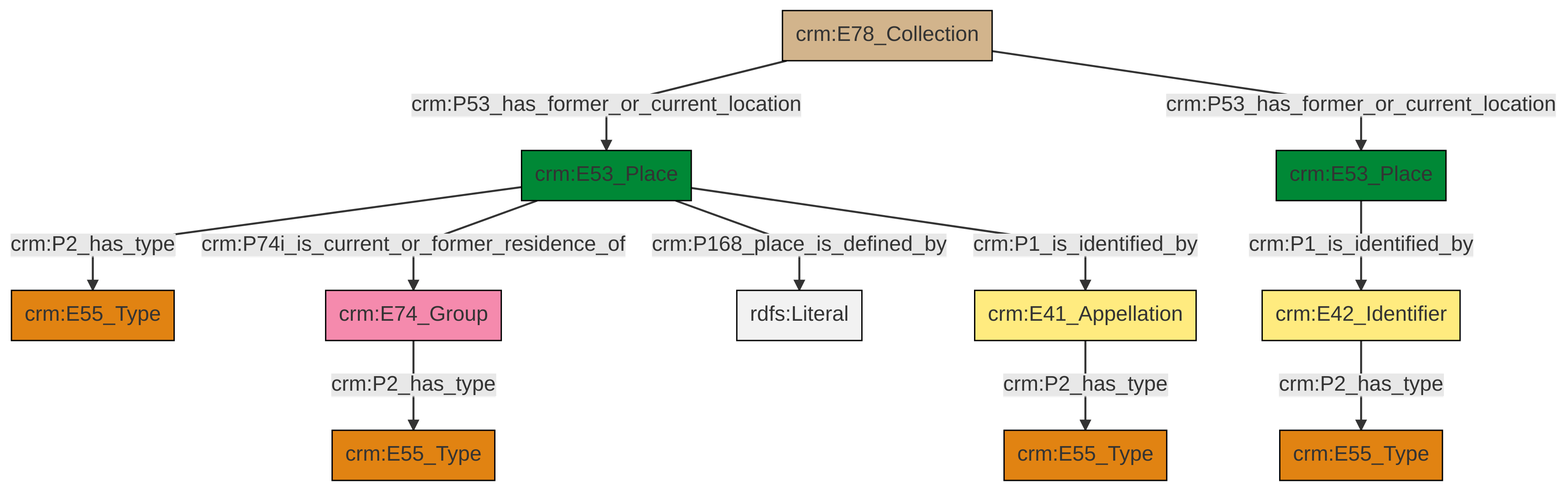
The Mermaid diagram et/archivalCSV/ttl/mmd/png/archival_location.png in swiss-art-research-net/docs.swissartresearch, before a commit. Its source is kept beside it as et/archivalCSV/ttl/mmd/archival_location.ttl.mmd.
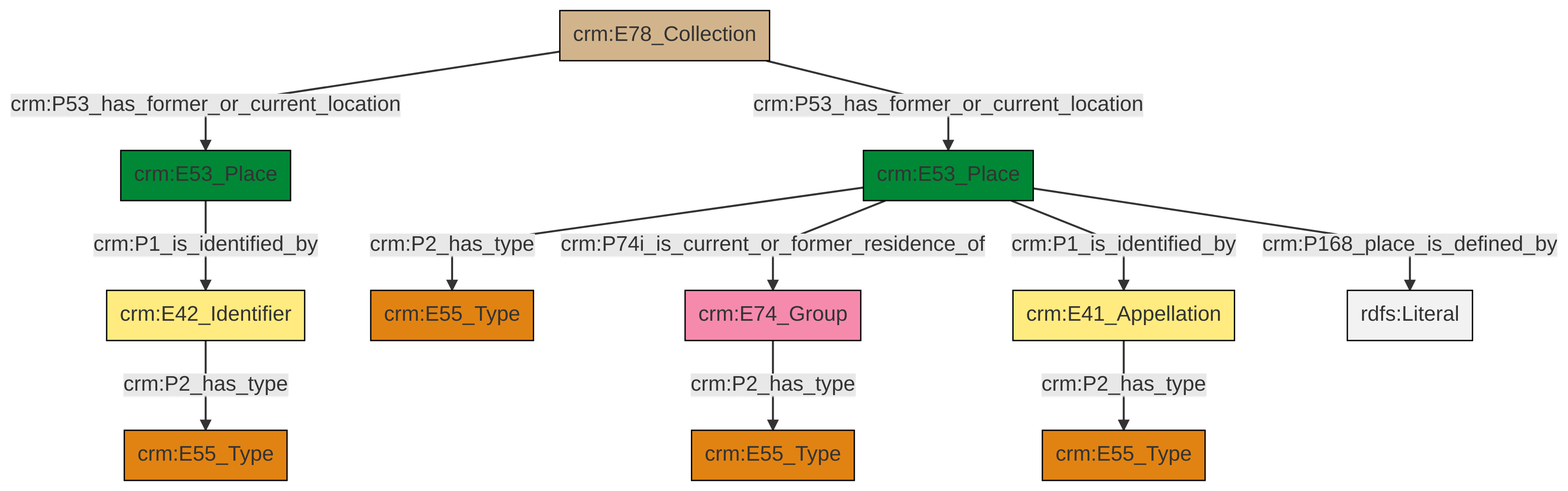
After the change.

Diff of the diagram source:
```diff
@@ -13,13 +13,13 @@
 classDef PC_Classes fill:#4ce600, stroke:#000000;
 classDef Multi fill:#cccccc,stroke:#000000;
 
-6["crm:E53_Place"]:::Place -->|crm:P1_is_identified_by| 7["crm:E42_Identifier"]:::Appellation
-2["crm:E78_Collection"]:::Physical_Thing -->|crm:P53_has_former_or_current_location| 8["crm:E53_Place"]:::Place
-8["crm:E53_Place"]:::Place -->|crm:P2_has_type| 12["crm:E55_Type"]:::Type
-8["crm:E53_Place"]:::Place -->|crm:P74i_is_current_or_former_residence_of| 0["crm:E74_Group"]:::Actor
-2["crm:E78_Collection"]:::Physical_Thing -->|crm:P53_has_former_or_current_location| 6["crm:E53_Place"]:::Place
-7["crm:E42_Identifier"]:::Appellation -->|crm:P2_has_type| 13["crm:E55_Type"]:::Type
-0["crm:E74_Group"]:::Actor -->|crm:P2_has_type| 14["crm:E55_Type"]:::Type
-8["crm:E53_Place"]:::Place -->|crm:P168_place_is_defined_by| 16[rdfs:Literal]:::Literal
-8["crm:E53_Place"]:::Place -->|crm:P1_is_identified_by| 4["crm:E41_Appellation"]:::Appellation
-4["crm:E41_Appellation"]:::Appellation -->|crm:P2_has_type| 9["crm:E55_Type"]:::Type
+0["crm:E42_Identifier"]:::Appellation -->|crm:P2_has_type| 1["crm:E55_Type"]:::Type
+4["crm:E53_Place"]:::Place -->|crm:P2_has_type| 2["crm:E55_Type"]:::Type
+4["crm:E53_Place"]:::Place -->|crm:P74i_is_current_or_former_residence_of| 10["crm:E74_Group"]:::Actor
+11["crm:E78_Collection"]:::Physical_Thing -->|crm:P53_has_former_or_current_location| 6["crm:E53_Place"]:::Place
+6["crm:E53_Place"]:::Place -->|crm:P1_is_identified_by| 0["crm:E42_Identifier"]:::Appellation
+10["crm:E74_Group"]:::Actor -->|crm:P2_has_type| 15["crm:E55_Type"]:::Type
+4["crm:E53_Place"]:::Place -->|crm:P1_is_identified_by| 16["crm:E41_Appellation"]:::Appellation
+16["crm:E41_Appellation"]:::Appellation -->|crm:P2_has_type| 13["crm:E55_Type"]:::Type
+4["crm:E53_Place"]:::Place -->|crm:P168_place_is_defined_by| 22[rdfs:Literal]:::Literal
+11["crm:E78_Collection"]:::Physical_Thing -->|crm:P53_has_former_or_current_location| 4["crm:E53_Place"]:::Place
```
